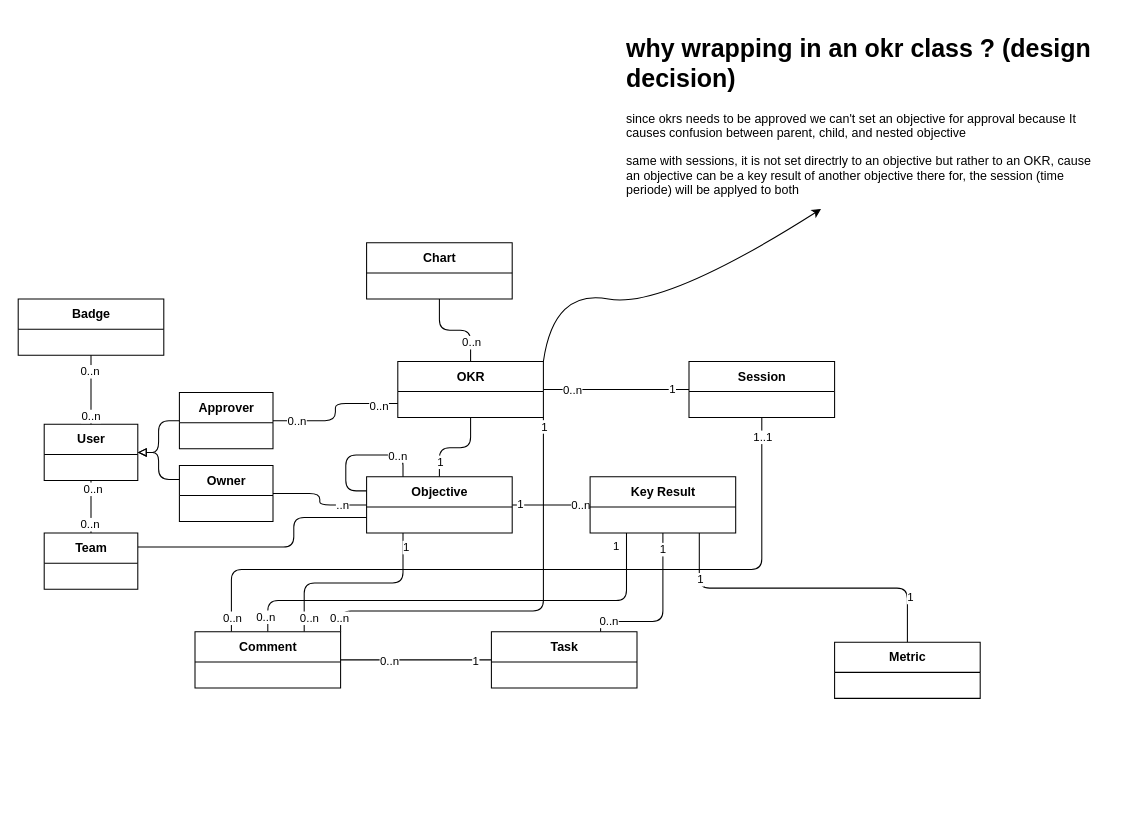
Earlier version of the draw.io diagram diagrams/domain diagram.drawio (KhFendri/OKR_UML). Source tidied: cells renumbered, new cells numbered last; positions are measured from the earlier drawing's top-left corner, leaving out a move shared by most shapes. Both pictures are drawn from the tidied source at 104%, with x=0, y=0 at pixel (18, 28).
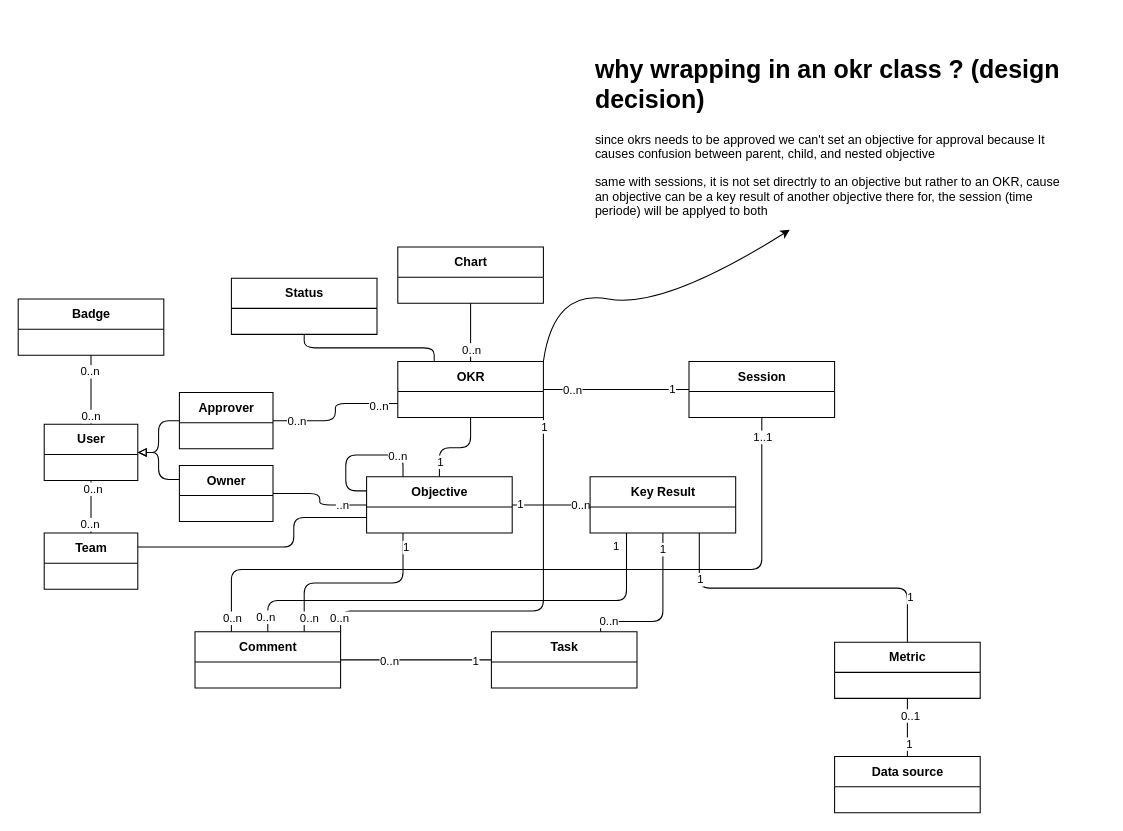
Above is the later version.

Unchanged cells that the change refers to:
```xml
<mxCell id="7" value="OKR" style="swimlane;fontStyle=1;align=center;verticalAlign=middle;horizontal=1;startSize=29;html=1;" parent="1" vertex="1">
  <mxGeometry x="365" y="320" width="140" height="54" as="geometry" />
</mxCell>
<mxCell id="53" value="Metric" style="swimlane;fontStyle=1;align=center;verticalAlign=middle;horizontal=1;startSize=29;html=1;" parent="1" vertex="1">
  <mxGeometry x="785" y="590" width="140" height="54" as="geometry" />
</mxCell>
```

The edit, as a diff of the source:
```diff
@@
+    <mxCell id="65" style="edgeStyle=elbowEdgeStyle;shape=connector;rounded=1;elbow=vertical;html=1;labelBackgroundColor=default;fontFamily=Helvetica;fontSize=11;fontColor=default;endArrow=none;endFill=0;strokeColor=default;exitX=0.25;exitY=0;exitDx=0;exitDy=0;" parent="1" edge="1" source="7" target="70">
+      <mxGeometry relative="1" as="geometry" />
+    </mxCell>
@@
     <mxCell id="58" value="&lt;h1&gt;why wrapping in an okr class ? (design decision)&lt;/h1&gt;&lt;p&gt;since okrs needs to be approved we can't set an objective for approval because It causes confusion between parent, child, and nested objective&lt;/p&gt;&lt;p&gt;same with sessions, it is not set directrly to an objective but rather to an OKR, cause an objective can be a key result of another objective there for, the session (time periode) will be applyed to both&lt;/p&gt;" style="text;html=1;strokeColor=none;fillColor=none;spacing=5;spacingTop=-20;whiteSpace=wrap;overflow=hidden;rounded=0;sketch=1;" parent="1" vertex="1">
-      <mxGeometry x="580" width="465" height="170" as="geometry" />
+      <mxGeometry x="549.9" y="20" width="465" height="170" as="geometry" />
     </mxCell>
@@
     <mxCell id="63" value="Chart" style="swimlane;fontStyle=1;align=center;verticalAlign=middle;horizontal=1;startSize=29;html=1;" parent="1" vertex="1">
-      <mxGeometry x="335" y="206" width="140" height="54" as="geometry" />
+      <mxGeometry x="365" y="210" width="140" height="54" as="geometry" />
     </mxCell>
@@
+    <mxCell id="66" style="edgeStyle=elbowEdgeStyle;shape=connector;rounded=1;elbow=vertical;html=1;entryX=0.5;entryY=1;entryDx=0;entryDy=0;labelBackgroundColor=default;fontFamily=Helvetica;fontSize=11;fontColor=default;endArrow=none;endFill=0;strokeColor=default;" parent="1" edge="1" source="69" target="53">
+      <mxGeometry relative="1" as="geometry" />
+    </mxCell>
+    <mxCell id="67" value="1" style="edgeLabel;html=1;align=center;verticalAlign=middle;fontSize=11;fontFamily=Helvetica;fontColor=default;" parent="66" vertex="1">
+      <mxGeometry x="-0.52" y="-1" relative="1" as="geometry" />
+    </mxCell>
+    <mxCell id="68" value="0..1" style="edgeLabel;html=1;align=center;verticalAlign=middle;fontSize=11;fontFamily=Helvetica;fontColor=default;" parent="66" vertex="1">
+      <mxGeometry x="0.78" y="-2" relative="1" as="geometry">
+        <mxPoint y="10" as="offset" />
+      </mxGeometry>
+    </mxCell>
+    <mxCell id="69" value="Data source" style="swimlane;fontStyle=1;align=center;verticalAlign=middle;horizontal=1;startSize=29;html=1;" parent="1" vertex="1">
+      <mxGeometry x="785" y="700" width="140" height="54" as="geometry" />
+    </mxCell>
+    <mxCell id="70" value="Status" style="swimlane;fontStyle=1;align=center;verticalAlign=middle;horizontal=1;startSize=29;html=1;" parent="1" vertex="1">
+      <mxGeometry x="205" y="240" width="140" height="54" as="geometry" />
+    </mxCell>
```
